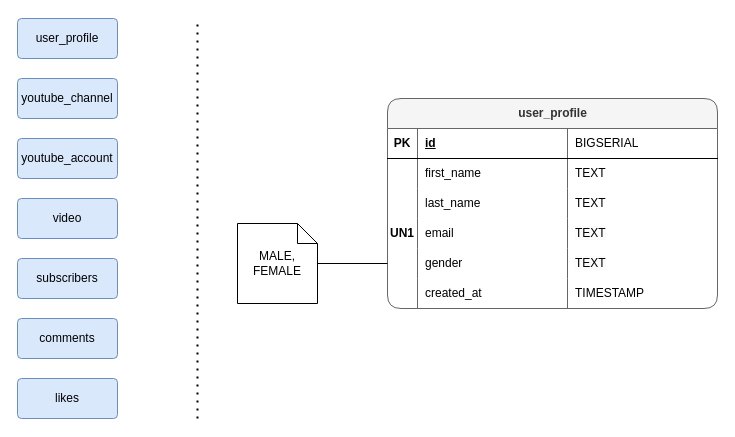
This is database-learn.drawio.xml from mjunaidjbr/learn-database, a draw.io file, before an edit. Source tidied: cells renumbered, new cells numbered last; positions are measured from the earlier drawing's top-left corner, leaving out a move shared by most shapes. Both pictures are drawn from the tidied source at 100%, with x=0, y=0 at pixel (17, 18).
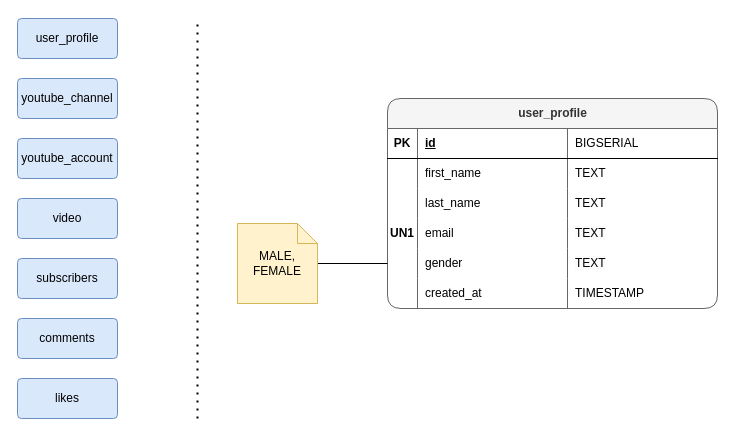
The same diagram, later.

The edit, as a diff of the source:
```diff
@@
-    <mxCell id="35" value="MALE,&lt;br&gt;FEMALE" style="shape=note;size=20;whiteSpace=wrap;html=1;" parent="1" vertex="1">
+    <mxCell id="35" value="MALE,&lt;br&gt;FEMALE" style="shape=note;size=20;whiteSpace=wrap;html=1;fillColor=#fff2cc;strokeColor=#d6b656;" parent="1" vertex="1">
       <mxGeometry x="220" y="205" width="80" height="80" as="geometry" />
     </mxCell>
```
